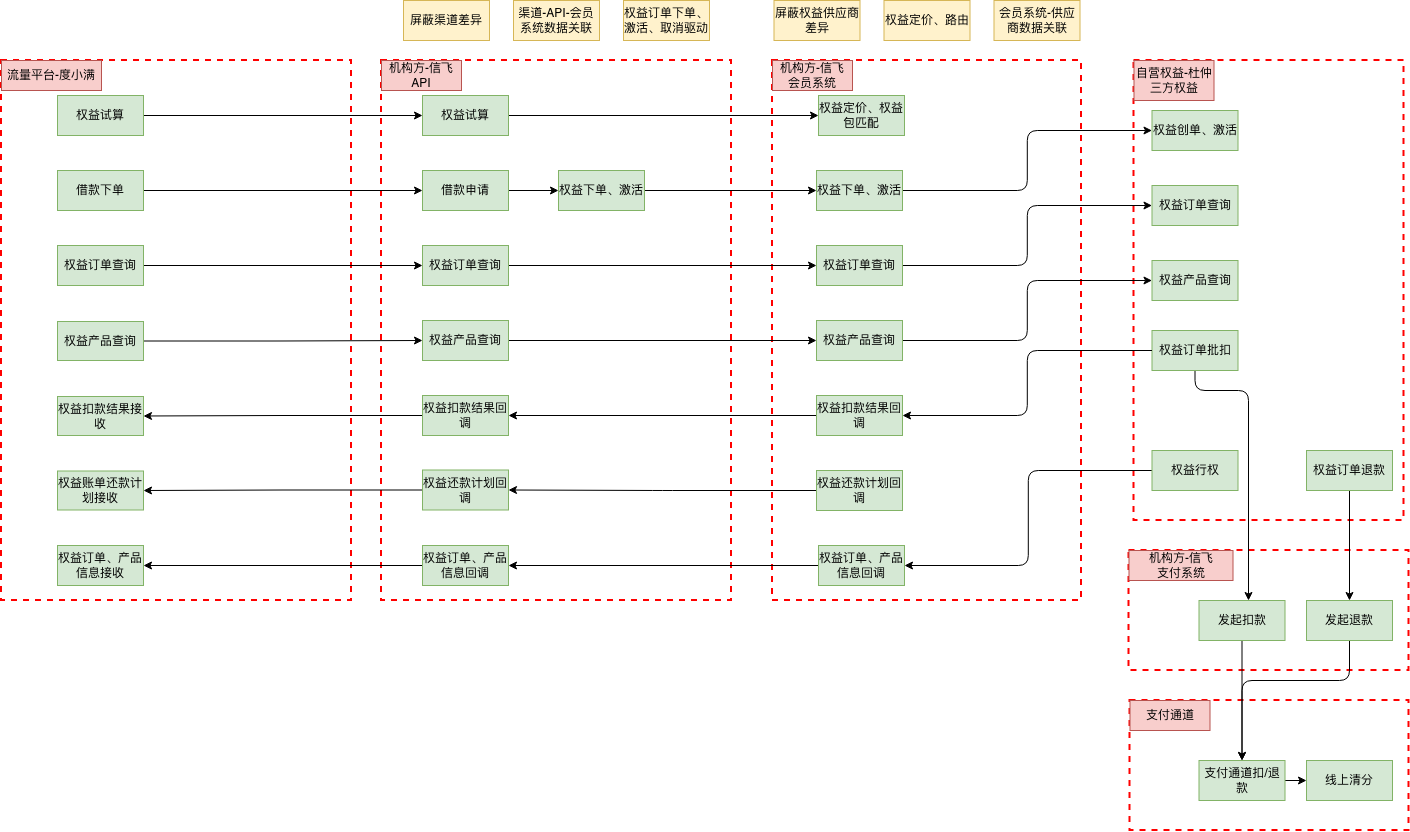
Before: 度小满权益-系统运行图.png, a diagram exported from draw.io (yuanlj-tea/picgo). Source tidied: cells renumbered, new cells last; positions are measured from the earlier drawing's top-left corner, leaving out a move shared by most shapes.
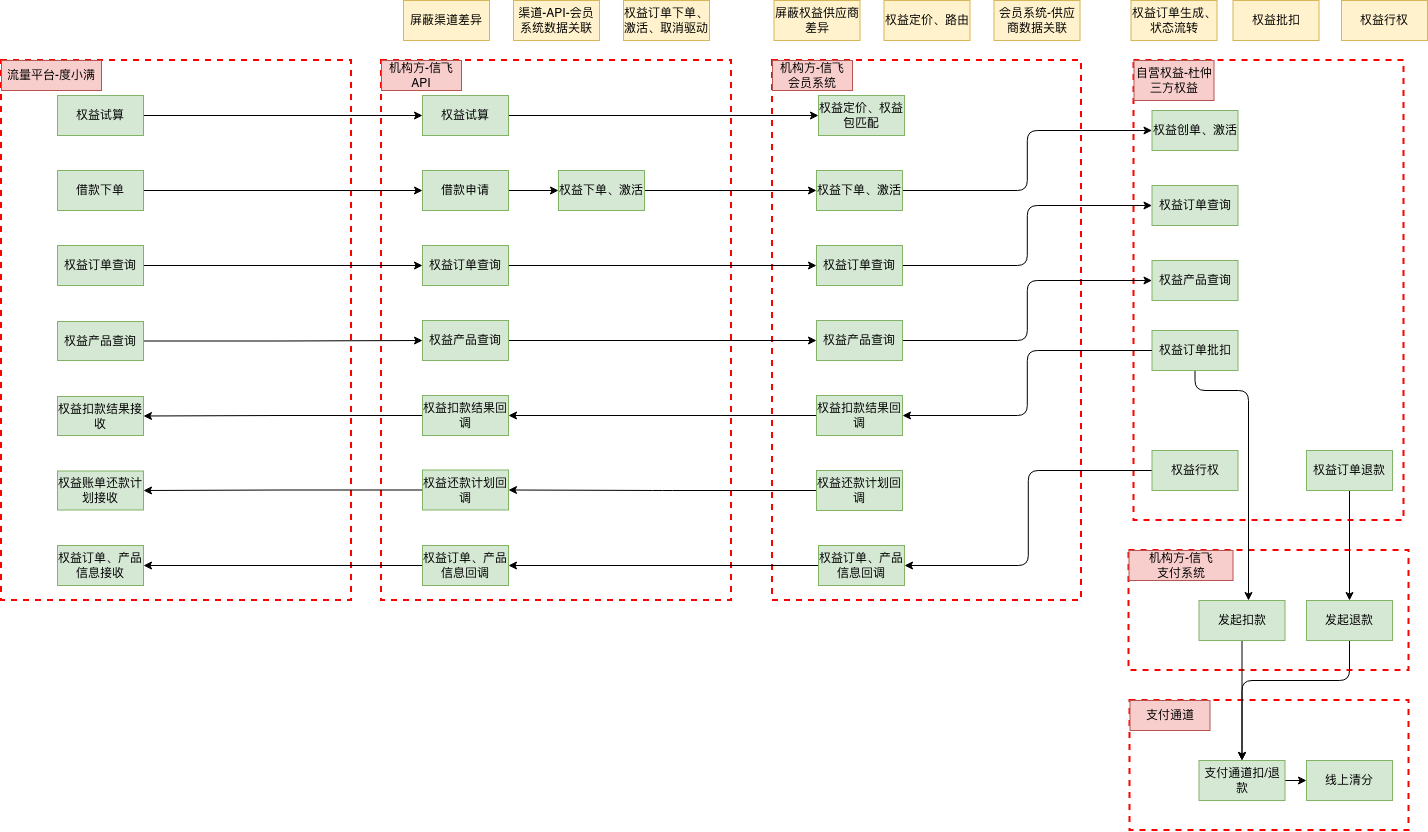
Above is the later version.

Commit message:
更新度小满权益-系统运行图.png

Change to the diagram source:
```diff
@@ -240,5 +240,14 @@
     <mxCell id="77" value="权益订单、产品信息回调" style="rounded=0;whiteSpace=wrap;html=1;fillColor=#d5e8d4;strokeColor=#82b366;" parent="1" vertex="1">
       <mxGeometry x="817" y="545" width="86" height="40" as="geometry" />
     </mxCell>
+    <mxCell id="78" value="权益订单生成、状态流转" style="rounded=0;whiteSpace=wrap;html=1;fillColor=#fff2cc;strokeColor=#d6b656;" parent="1" vertex="1">
+      <mxGeometry x="1129.5" width="86" height="40" as="geometry" />
+    </mxCell>
+    <mxCell id="79" value="权益批扣" style="rounded=0;whiteSpace=wrap;html=1;fillColor=#fff2cc;strokeColor=#d6b656;" parent="1" vertex="1">
+      <mxGeometry x="1231.5" width="86" height="40" as="geometry" />
+    </mxCell>
+    <mxCell id="80" value="权益行权" style="rounded=0;whiteSpace=wrap;html=1;fillColor=#fff2cc;strokeColor=#d6b656;" parent="1" vertex="1">
+      <mxGeometry x="1340" width="86" height="40" as="geometry" />
+    </mxCell>
   </root>
 </mxGraphModel>
```
